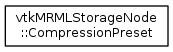
This is master/inherit_graph_148.png from jamesobutler/apidocs.slicer.org, a Graphviz export, as it was before one commit. Its source is kept beside it as master/inherit_graph_148.dot. The source it was exported from:
```dot
digraph "Graphical Class Hierarchy"
{
  bgcolor="transparent";
  edge [fontname="Helvetica",fontsize="10",labelfontname="Helvetica",labelfontsize="10"];
  node [fontname="Helvetica",fontsize="10",shape=record];
  rankdir="LR";
  Node0 [label="vtkMRMLStorageNode\l::CompressionPreset",height=0.2,width=0.4,color="black",URL="$structvtkMRMLStorageNode_1_1CompressionPreset.html"];
}
```
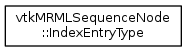
The same diagram one commit later.

Change to the diagram source:
```diff
@@ -4,5 +4,5 @@
   edge [fontname="Helvetica",fontsize="10",labelfontname="Helvetica",labelfontsize="10"];
   node [fontname="Helvetica",fontsize="10",shape=record];
   rankdir="LR";
-  Node0 [label="vtkMRMLStorageNode\l::CompressionPreset",height=0.2,width=0.4,color="black",URL="$structvtkMRMLStorageNode_1_1CompressionPreset.html"];
+  Node0 [label="vtkMRMLSequenceNode\l::IndexEntryType",height=0.2,width=0.4,color="black",URL="$structvtkMRMLSequenceNode_1_1IndexEntryType.html"];
 }
```
